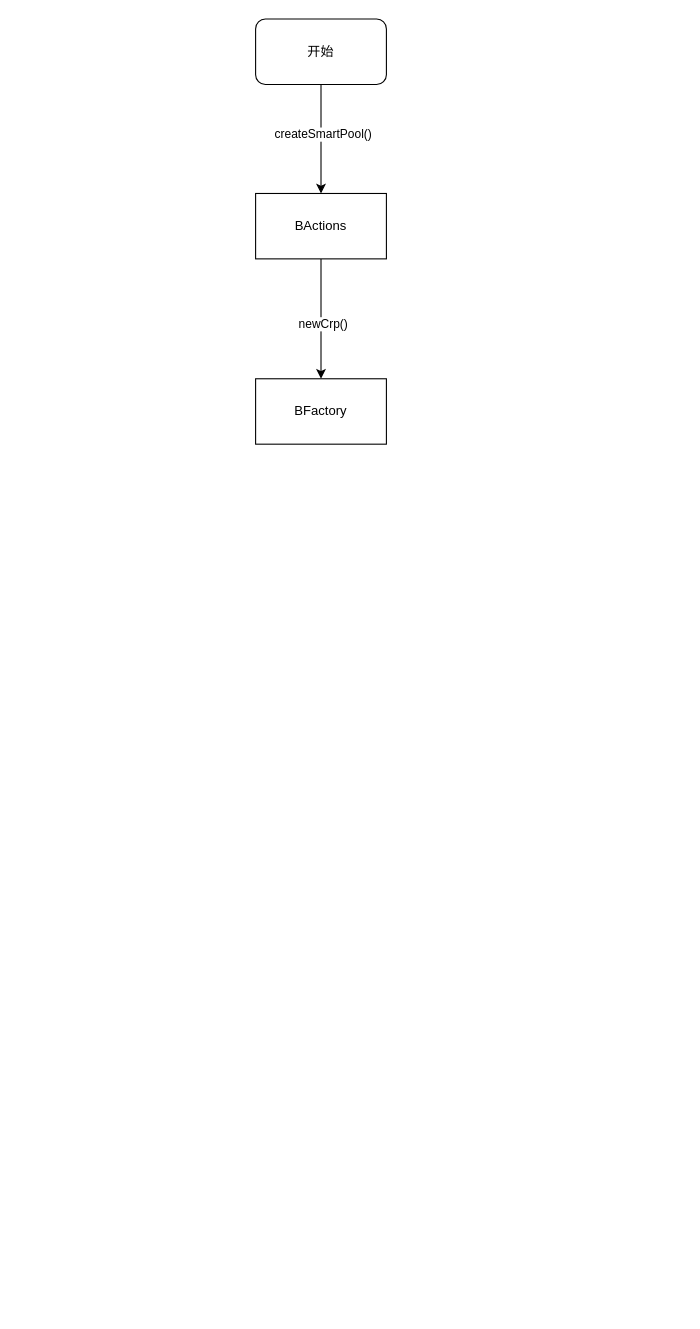
The draw.io diagram Balancer.drawio in kami1983/umls, before the edit. Source tidied: cells renumbered, new cells numbered last; positions are measured from the earlier drawing's top-left corner, leaving out a move shared by most shapes. Both pictures are drawn from the tidied source at 109%, with x=0, y=0 at pixel (255, 19).
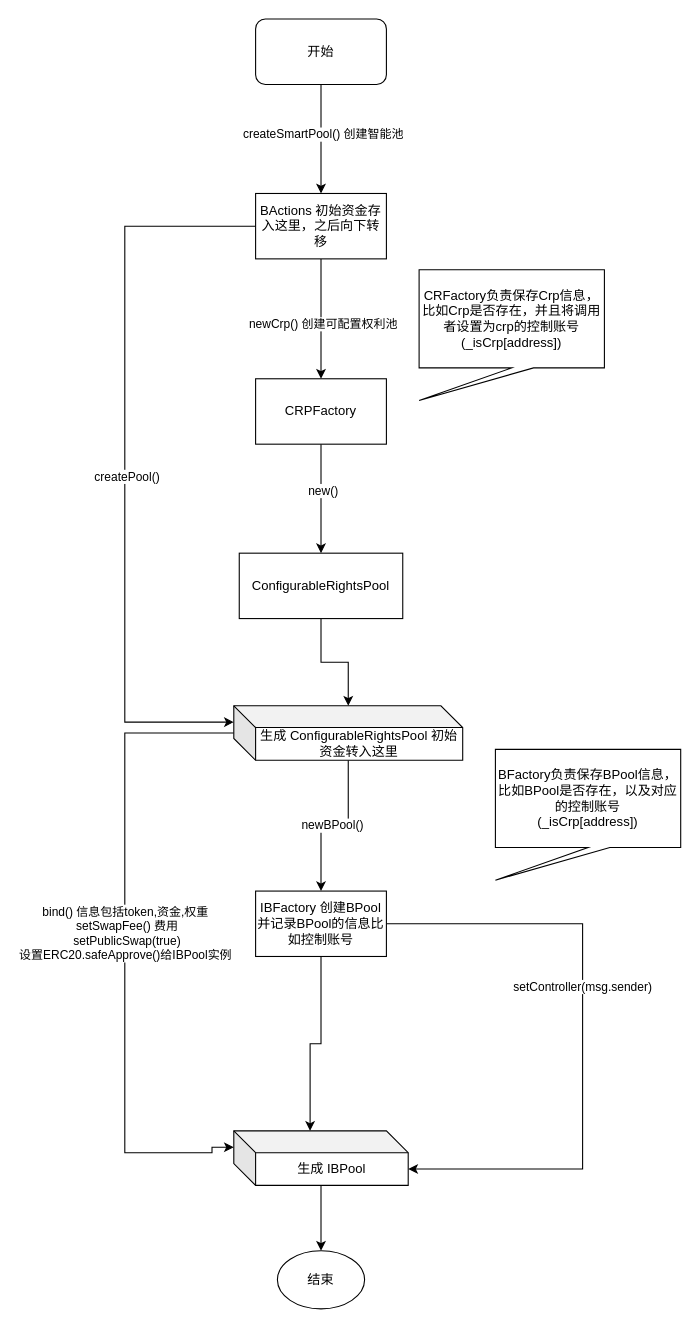
Above is the later version.

The change refers to these unchanged cells:
```xml
<mxCell id="2" style="edgeStyle=orthogonalEdgeStyle;rounded=0;jettySize=auto;html=1;" parent="1" edge="1" source="4" target="7">
  <mxGeometry relative="1" as="geometry" />
</mxCell>
<mxCell id="5" style="edgeStyle=orthogonalEdgeStyle;rounded=0;jettySize=auto;html=1;" parent="1" edge="1" source="7" target="8">
  <mxGeometry relative="1" as="geometry" />
</mxCell>
```

Diff of the diagram source:
```diff
@@
-    <mxCell id="3" value="createSmartPool()" style="edgeLabel;html=1;align=center;verticalAlign=middle;" parent="2" vertex="1">
+    <mxCell id="3" value="createSmartPool() 创建智能池" style="edgeLabel;html=1;align=center;verticalAlign=middle;" parent="2" vertex="1">
       <mxGeometry x="-0.1" y="1" relative="1" as="geometry" />
     </mxCell>
@@
-    <mxCell id="6" value="newCrp()" style="edgeLabel;html=1;align=center;verticalAlign=middle;" parent="5" vertex="1">
+    <mxCell id="6" value="newCrp() 创建可配置权利池" style="edgeLabel;html=1;align=center;verticalAlign=middle;" parent="5" vertex="1">
       <mxGeometry x="0.07" y="1" relative="1" as="geometry" />
     </mxCell>
+    <mxCell id="9" style="edgeStyle=orthogonalEdgeStyle;rounded=0;jettySize=auto;html=1;entryX=0;entryY=0;entryDx=0;entryDy=15;entryPerimeter=0;" parent="1" edge="1" source="7" target="16">
+      <mxGeometry relative="1" as="geometry">
+        <Array as="points">
+          <mxPoint x="-120" y="190" />
+          <mxPoint x="-120" y="645" />
+        </Array>
+      </mxGeometry>
+    </mxCell>
+    <mxCell id="10" value="createPool()" style="edgeLabel;html=1;align=center;verticalAlign=middle;" parent="9" vertex="1">
+      <mxGeometry x="0.03" y="1" relative="1" as="geometry">
+        <mxPoint y="1" as="offset" />
+      </mxGeometry>
+    </mxCell>
-    <mxCell id="7" value="BActions" style="rounded=0;whiteSpace=wrap;html=1;" parent="1" vertex="1">
+    <mxCell id="7" value="BActions 初始资金存入这里，之后向下转移" style="rounded=0;whiteSpace=wrap;html=1;" parent="1" vertex="1">
       <mxGeometry y="160" width="120" height="60" as="geometry" />
     </mxCell>
+    <mxCell id="11" style="edgeStyle=orthogonalEdgeStyle;rounded=0;jettySize=auto;html=1;entryX=0.5;entryY=0;entryDx=0;entryDy=0;" parent="1" edge="1" source="8" target="19">
+      <mxGeometry relative="1" as="geometry" />
+    </mxCell>
+    <mxCell id="12" value="new()" style="edgeLabel;html=1;align=center;verticalAlign=middle;" parent="11" vertex="1">
+      <mxGeometry x="-0.16" y="1" relative="1" as="geometry" />
+    </mxCell>
-    <mxCell id="8" value="BFactory" style="rounded=0;whiteSpace=wrap;html=1;" parent="1" vertex="1">
+    <mxCell id="8" value="CRPFactory" style="rounded=0;whiteSpace=wrap;html=1;" parent="1" vertex="1">
       <mxGeometry y="330" width="120" height="60" as="geometry" />
     </mxCell>
+    <mxCell id="13" value="&lt;span style=&quot;font-size: 11px;&quot;&gt;newBPool()&amp;nbsp;&lt;/span&gt;" style="edgeStyle=orthogonalEdgeStyle;rounded=0;jettySize=auto;html=1;" parent="1" edge="1" source="16" target="23">
+      <mxGeometry relative="1" as="geometry" />
+    </mxCell>
+    <mxCell id="14" style="edgeStyle=orthogonalEdgeStyle;rounded=0;jettySize=auto;html=1;entryX=0;entryY=0;entryDx=0;entryDy=15;entryPerimeter=0;" parent="1" edge="1" source="16" target="25">
+      <mxGeometry relative="1" as="geometry">
+        <Array as="points">
+          <mxPoint x="-120" y="655" />
+          <mxPoint x="-120" y="1040" />
+          <mxPoint x="-40" y="1040" />
+          <mxPoint x="-40" y="1035" />
+        </Array>
+      </mxGeometry>
+    </mxCell>
+    <mxCell id="15" value="bind() 信息包括token,资金,权重&amp;nbsp;&lt;br&gt;&lt;span style=&quot;font-size: 11px;&quot;&gt;setSwapFee() 费用&lt;br&gt;setPublicSwap(true)&lt;br&gt;设置ERC20.safeApprove()给IBPool实例&amp;nbsp;&lt;br&gt;&lt;/span&gt;" style="edgeLabel;html=1;align=center;verticalAlign=middle;" parent="14" vertex="1">
+      <mxGeometry x="-0.04" y="1" relative="1" as="geometry" />
+    </mxCell>
+    <mxCell id="16" value="生成 ConfigurableRightsPool 初始资金转入这里" style="shape=cube;whiteSpace=wrap;html=1;boundedLbl=1;backgroundOutline=1;darkOpacity=0.05;darkOpacity2=0.1;" parent="1" vertex="1">
+      <mxGeometry x="-20" y="630" width="210" height="50" as="geometry" />
+    </mxCell>
+    <mxCell id="17" value="CRFactory负责保存Crp信息，比如Crp是否存在，并且将调用者设置为crp的控制账号&lt;br&gt;(_isCrp[address])" style="shape=callout;whiteSpace=wrap;html=1;perimeter=calloutPerimeter;position2=0;" parent="1" vertex="1">
+      <mxGeometry x="150" y="230" width="170" height="120" as="geometry" />
+    </mxCell>
+    <mxCell id="18" style="edgeStyle=orthogonalEdgeStyle;rounded=0;jettySize=auto;html=1;" parent="1" edge="1" source="19" target="16">
+      <mxGeometry relative="1" as="geometry" />
+    </mxCell>
+    <mxCell id="19" value="ConfigurableRightsPool" style="rounded=0;whiteSpace=wrap;html=1;" parent="1" vertex="1">
+      <mxGeometry x="-15" y="490" width="150" height="60" as="geometry" />
+    </mxCell>
+    <mxCell id="20" style="edgeStyle=orthogonalEdgeStyle;rounded=0;jettySize=auto;html=1;entryX=0;entryY=0;entryDx=70;entryDy=0;entryPerimeter=0;" parent="1" edge="1" source="23" target="25">
+      <mxGeometry relative="1" as="geometry" />
+    </mxCell>
+    <mxCell id="21" style="edgeStyle=orthogonalEdgeStyle;rounded=0;jettySize=auto;html=1;entryX=0;entryY=0;entryDx=160;entryDy=35;entryPerimeter=0;" parent="1" edge="1" source="23" target="25">
+      <mxGeometry relative="1" as="geometry">
+        <Array as="points">
+          <mxPoint x="300" y="830" />
+          <mxPoint x="300" y="1055" />
+        </Array>
+      </mxGeometry>
+    </mxCell>
+    <mxCell id="22" value="setController(msg.sender)" style="edgeLabel;html=1;align=center;verticalAlign=middle;" parent="21" vertex="1">
+      <mxGeometry x="-0.16" y="-1" relative="1" as="geometry" />
+    </mxCell>
+    <mxCell id="23" value="IBFactory 创建BPool 并记录BPool的信息比如控制账号" style="rounded=0;whiteSpace=wrap;html=1;" parent="1" vertex="1">
+      <mxGeometry y="800" width="120" height="60" as="geometry" />
+    </mxCell>
+    <mxCell id="24" style="edgeStyle=orthogonalEdgeStyle;rounded=0;jettySize=auto;html=1;" parent="1" edge="1" source="25" target="27">
+      <mxGeometry relative="1" as="geometry" />
+    </mxCell>
+    <mxCell id="25" value="生成 IBPool" style="shape=cube;whiteSpace=wrap;html=1;boundedLbl=1;backgroundOutline=1;darkOpacity=0.05;darkOpacity2=0.1;" parent="1" vertex="1">
+      <mxGeometry x="-20" y="1020" width="160" height="50" as="geometry" />
+    </mxCell>
+    <mxCell id="26" value="BFactory负责保存BPool信息，比如BPool是否存在，以及对应的控制账号&lt;br&gt;(_isCrp[address])" style="shape=callout;whiteSpace=wrap;html=1;perimeter=calloutPerimeter;position2=0;" parent="1" vertex="1">
+      <mxGeometry x="220" y="670" width="170" height="120" as="geometry" />
+    </mxCell>
+    <mxCell id="27" value="结束" style="ellipse;whiteSpace=wrap;html=1;" parent="1" vertex="1">
+      <mxGeometry x="20" y="1130" width="80" height="53.3" as="geometry" />
+    </mxCell>
```
